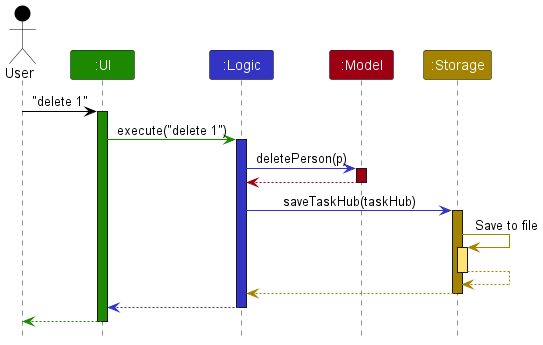
Earlier version of the PlantUML export docs/images/ArchitectureSequenceDiagram.png (rayyan35p/tp).
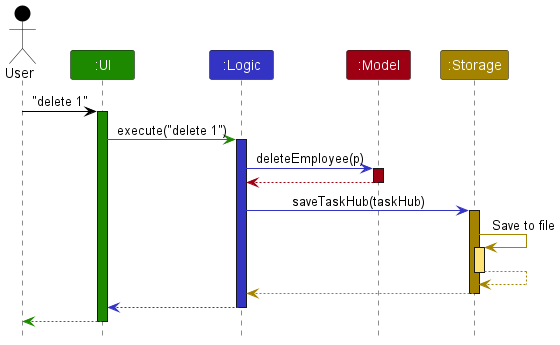
Above is the later version.

Diff of the diagram source:
```diff
@@ -14,7 +14,7 @@
 ui -[UI_COLOR]> logic : execute("delete 1")
 activate logic LOGIC_COLOR
 
-logic -[LOGIC_COLOR]> model : deletePerson(p)
+logic -[LOGIC_COLOR]> model : deleteEmployee(p)
 activate model MODEL_COLOR
 
 model -[MODEL_COLOR]-> logic
```
